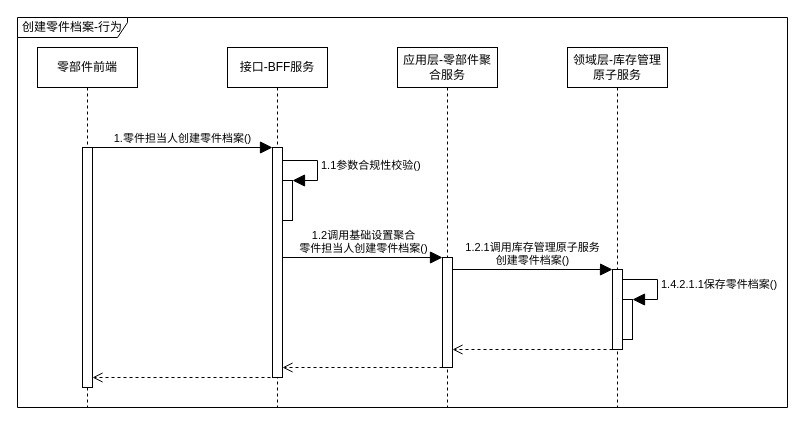
The draw.io diagram page "创建-行为图" (2 of 6) of 库存管理-零件档案管理.drawio in 1132489442/gitRepository1, before the edit. Source tidied: cells renumbered, new cells numbered last; positions are measured from the earlier drawing's top-left corner, leaving out a move shared by most shapes. Both pictures are drawn from the tidied source at 100%, with x=0, y=0 at pixel (17, 17).
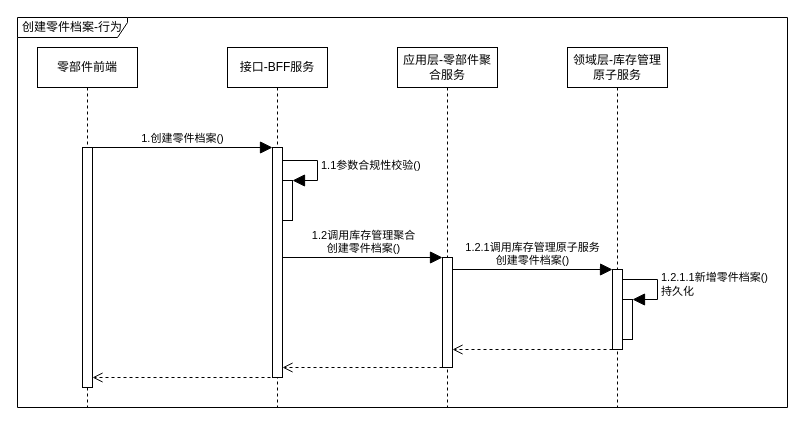
Above is the later version.

The change refers to these unchanged cells:
```xml
<mxCell id="9" style="html=1;points=[];perimeter=orthogonalPerimeter;fillColor=#FFFFFF;" parent="1" vertex="1">
  <mxGeometry x="595" y="252" width="10" height="80" as="geometry" />
</mxCell>
<mxCell id="10" style="html=1;points=[];perimeter=orthogonalPerimeter;fillColor=#FFFFFF;" parent="1" vertex="1">
  <mxGeometry x="605" y="282" width="10" height="40" as="geometry" />
</mxCell>
```

The edit, as a diff of the source:
```diff
@@
-    <mxCell id="11" value="1.4.2.1.1保存零件档案()" style="edgeStyle=orthogonalEdgeStyle;html=1;align=left;spacingLeft=2;endArrow=block;rounded=0;entryX=1;entryY=0;endSize=10;exitX=0.987;exitY=0.125;exitDx=0;exitDy=0;exitPerimeter=0;" parent="1" edge="1" source="9" target="10">
+    <mxCell id="11" value="1.2.1.1新增零件档案()&lt;br&gt;持久化" style="edgeStyle=orthogonalEdgeStyle;html=1;align=left;spacingLeft=2;endArrow=block;rounded=0;entryX=1;entryY=0;endSize=10;exitX=0.987;exitY=0.125;exitDx=0;exitDy=0;exitPerimeter=0;" parent="1" edge="1" source="9" target="10">
       <mxGeometry relative="1" as="geometry">
         <Array as="points">
           <mxPoint x="640" y="262" />
           <mxPoint x="640" y="282" />
         </Array>
       </mxGeometry>
     </mxCell>
@@
-    <mxCell id="13" value="1.2调用基础设置聚合&lt;br&gt;零件担当人创建零件档案()" style="html=1;verticalAlign=bottom;endArrow=block;rounded=0;endSize=10;exitX=1.046;exitY=0.087;exitDx=0;exitDy=0;exitPerimeter=0;" parent="1" edge="1">
+    <mxCell id="13" value="1.2调用库存管理聚合&lt;br&gt;创建零件档案()" style="html=1;verticalAlign=bottom;endArrow=block;rounded=0;endSize=10;exitX=1.046;exitY=0.087;exitDx=0;exitDy=0;exitPerimeter=0;" parent="1" edge="1">
       <mxGeometry relative="1" as="geometry">
         <mxPoint x="265.5" y="240" as="sourcePoint" />
         <mxPoint x="425" y="240" as="targetPoint" />
       </mxGeometry>
     </mxCell>
@@
-    <mxCell id="16" value="1.零件担当人创建零件档案()" style="html=1;verticalAlign=bottom;endArrow=block;rounded=0;endSize=10;" parent="1" edge="1">
+    <mxCell id="16" value="1.创建零件档案()" style="html=1;verticalAlign=bottom;endArrow=block;rounded=0;endSize=10;" parent="1" edge="1">
       <mxGeometry relative="1" as="geometry">
         <mxPoint x="75.1" y="130" as="sourcePoint" />
         <mxPoint x="255" y="130" as="targetPoint" />
       </mxGeometry>
     </mxCell>
```
